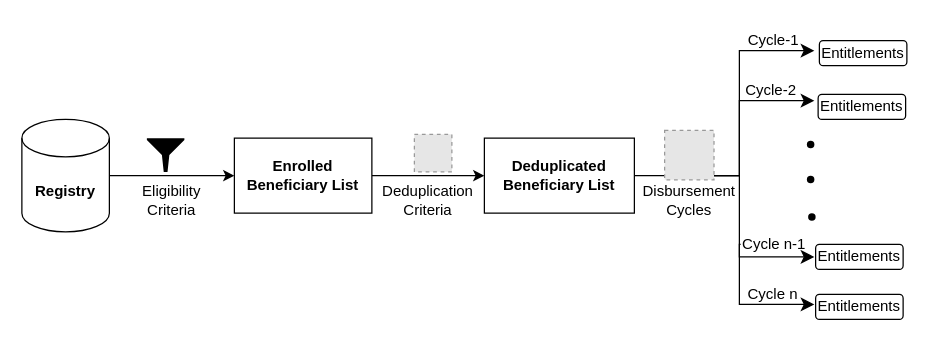
Before: .gitbook/assets/program-management-process.drawio in OpenG2P/openg2p-documentation, a draw.io diagram. Source tidied: cells renumbered, new cells numbered last; positions are measured from the earlier drawing's top-left corner, leaving out a move shared by most shapes. Both pictures are drawn from the tidied source at 125%, with x=0, y=0 at pixel (21, 21). Pictures stored in the file or linked from it are replaced by grey dashed boxes.
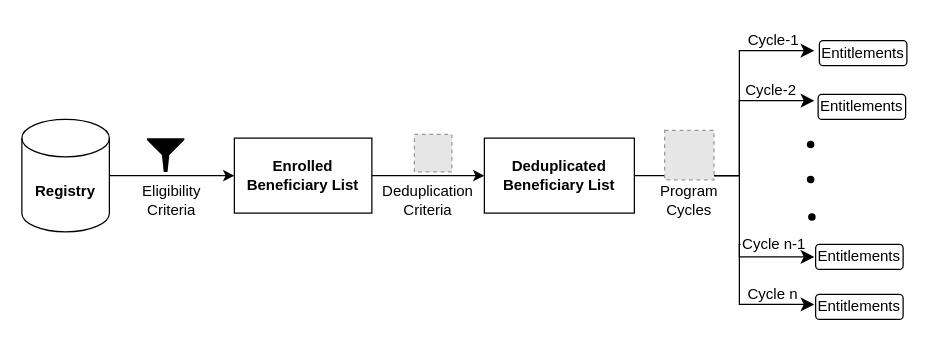
Above is the later version.

What changed in the source:
```diff
@@
-    <mxCell id="25" value="Disbursement Cycles" style="text;html=1;strokeColor=none;fillColor=none;align=center;verticalAlign=middle;whiteSpace=wrap;rounded=0;" parent="1" vertex="1">
+    <mxCell id="25" value="Program Cycles" style="text;html=1;strokeColor=none;fillColor=none;align=center;verticalAlign=middle;whiteSpace=wrap;rounded=0;" parent="1" vertex="1">
       <mxGeometry x="504" y="128" width="60" height="30" as="geometry" />
     </mxCell>
```
